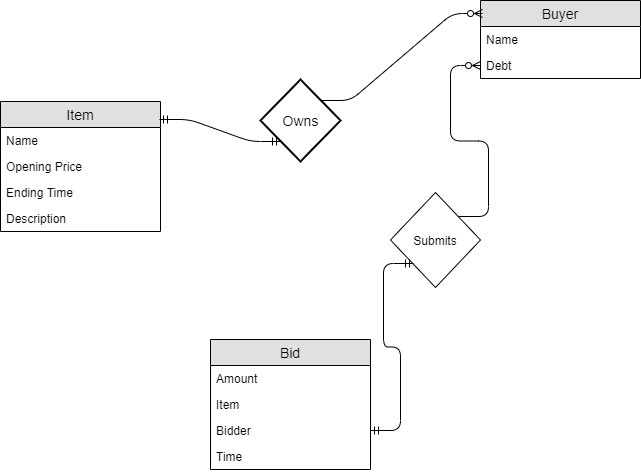
This is assets/img/Auction_DrawIO.png from Privateeye421/csci340blog, a draw.io export, as it was before one commit. Source tidied: cells renumbered, new cells last; positions are measured from the earlier drawing's top-left corner, leaving out a move shared by most shapes. Its diagram source:
```xml
<mxGraphModel>
  <root>
    <mxCell id="0" />
    <mxCell id="1" parent="0" />
    <mxCell id="2" value="Item" style="swimlane;fontStyle=0;horizontal=1;startSize=26;fillColor=#e0e0e0;swimlaneFillColor=#ffffff;align=center;fontSize=14;" parent="1" vertex="1">
      <mxGeometry y="101" width="160" height="130" as="geometry" />
    </mxCell>
    <mxCell id="3" value="Name" style="text;strokeColor=none;fillColor=none;spacingLeft=4;spacingRight=4;overflow=hidden;fontSize=12;" parent="2" vertex="1">
      <mxGeometry y="26" width="160" height="26" as="geometry" />
    </mxCell>
    <mxCell id="4" value="Opening Price" style="text;strokeColor=none;fillColor=none;spacingLeft=4;spacingRight=4;overflow=hidden;fontSize=12;" parent="2" vertex="1">
      <mxGeometry y="52" width="160" height="26" as="geometry" />
    </mxCell>
    <mxCell id="5" value="Ending Time" style="text;strokeColor=none;fillColor=none;spacingLeft=4;spacingRight=4;overflow=hidden;fontSize=12;" parent="2" vertex="1">
      <mxGeometry y="78" width="160" height="26" as="geometry" />
    </mxCell>
    <mxCell id="6" value="Description" style="text;strokeColor=none;fillColor=none;spacingLeft=4;spacingRight=4;overflow=hidden;points=[[0,0.5],[1,0.5]];portConstraint=eastwest;fontSize=12;" parent="2" vertex="1">
      <mxGeometry y="104" width="160" height="26" as="geometry" />
    </mxCell>
    <mxCell id="7" value="Buyer" style="swimlane;fontStyle=0;horizontal=1;startSize=26;fillColor=#e0e0e0;swimlaneFillColor=#ffffff;align=center;fontSize=14;" parent="1" vertex="1">
      <mxGeometry x="480" width="160" height="78" as="geometry" />
    </mxCell>
    <mxCell id="8" value="Name" style="text;strokeColor=none;fillColor=none;spacingLeft=4;spacingRight=4;overflow=hidden;fontSize=12;" parent="7" vertex="1">
      <mxGeometry y="26" width="160" height="26" as="geometry" />
    </mxCell>
    <mxCell id="9" value="Debt" style="text;strokeColor=none;fillColor=none;spacingLeft=4;spacingRight=4;overflow=hidden;points=[[0,0.5],[1,0.5]];portConstraint=eastwest;fontSize=12;" parent="7" vertex="1">
      <mxGeometry y="52" width="160" height="26" as="geometry" />
    </mxCell>
    <mxCell id="10" value="Bid" style="swimlane;fontStyle=0;horizontal=1;startSize=26;fillColor=#e0e0e0;swimlaneFillColor=#ffffff;align=center;fontSize=14;" parent="1" vertex="1">
      <mxGeometry x="210" y="339" width="160" height="130" as="geometry" />
    </mxCell>
    <mxCell id="11" value="Amount" style="text;strokeColor=none;fillColor=none;spacingLeft=4;spacingRight=4;overflow=hidden;points=[[0,0.5],[1,0.5]];portConstraint=eastwest;fontSize=12;" parent="10" vertex="1">
      <mxGeometry y="26" width="160" height="26" as="geometry" />
    </mxCell>
    <mxCell id="12" value="Item" style="text;strokeColor=none;fillColor=none;spacingLeft=4;spacingRight=4;overflow=hidden;fontSize=12;" parent="10" vertex="1">
      <mxGeometry y="52" width="160" height="26" as="geometry" />
    </mxCell>
    <mxCell id="13" value="Bidder" style="text;strokeColor=none;fillColor=none;spacingLeft=4;spacingRight=4;overflow=hidden;points=[[0,0.5],[1,0.5]];portConstraint=eastwest;fontSize=12;" parent="10" vertex="1">
      <mxGeometry y="78" width="160" height="26" as="geometry" />
    </mxCell>
    <mxCell id="14" value="Time" style="text;strokeColor=none;fillColor=none;spacingLeft=4;spacingRight=4;overflow=hidden;fontSize=12;" parent="10" vertex="1">
      <mxGeometry y="104" width="160" height="26" as="geometry" />
    </mxCell>
    <mxCell id="15" value="Submits" style="rhombus;whiteSpace=wrap;html=1;" parent="1" vertex="1">
      <mxGeometry x="390" y="192" width="90" height="95" as="geometry" />
    </mxCell>
    <mxCell id="16" style="edgeStyle=entityRelationEdgeStyle;fontSize=12;html=1;endArrow=ERzeroToMany;endFill=1;exitX=1;exitY=0;exitDx=0;exitDy=0;entryX=0;entryY=0.5;entryDx=0;entryDy=0;" parent="1" edge="1" source="15" target="9">
      <mxGeometry relative="1" as="geometry" />
    </mxCell>
    <mxCell id="17" style="edgeStyle=entityRelationEdgeStyle;fontSize=12;html=1;endArrow=ERmandOne;startArrow=ERmandOne;entryX=0;entryY=1;entryDx=0;entryDy=0;exitX=1;exitY=0.5;exitDx=0;exitDy=0;" parent="1" edge="1" source="13" target="15">
      <mxGeometry relative="1" as="geometry" />
    </mxCell>
    <mxCell id="18" style="edgeStyle=entityRelationEdgeStyle;fontSize=12;html=1;endArrow=ERzeroToMany;endFill=1;entryX=0.013;entryY=0.163;entryDx=0;entryDy=0;entryPerimeter=0;exitX=1;exitY=0;exitDx=0;exitDy=0;" parent="1" edge="1" source="19" target="7">
      <mxGeometry relative="1" as="geometry" />
    </mxCell>
    <mxCell id="19" value="Owns" style="shape=rhombus;strokeWidth=2;fontSize=17;perimeter=rhombusPerimeter;whiteSpace=wrap;html=1;align=center;fontSize=14;" parent="1" vertex="1">
      <mxGeometry x="260" y="79" width="80" height="82" as="geometry" />
    </mxCell>
    <mxCell id="20" style="edgeStyle=orthogonalEdgeStyle;rounded=0;orthogonalLoop=1;jettySize=auto;html=1;exitX=0.5;exitY=1;exitDx=0;exitDy=0;" parent="1" edge="1" source="19" target="19">
      <mxGeometry relative="1" as="geometry" />
    </mxCell>
    <mxCell id="21" style="edgeStyle=entityRelationEdgeStyle;fontSize=12;html=1;endArrow=ERmandOne;startArrow=ERmandOne;entryX=0;entryY=1;entryDx=0;entryDy=0;exitX=0.994;exitY=0.135;exitDx=0;exitDy=0;exitPerimeter=0;" parent="1" edge="1" source="2" target="19">
      <mxGeometry relative="1" as="geometry" />
    </mxCell>
  </root>
</mxGraphModel>
```
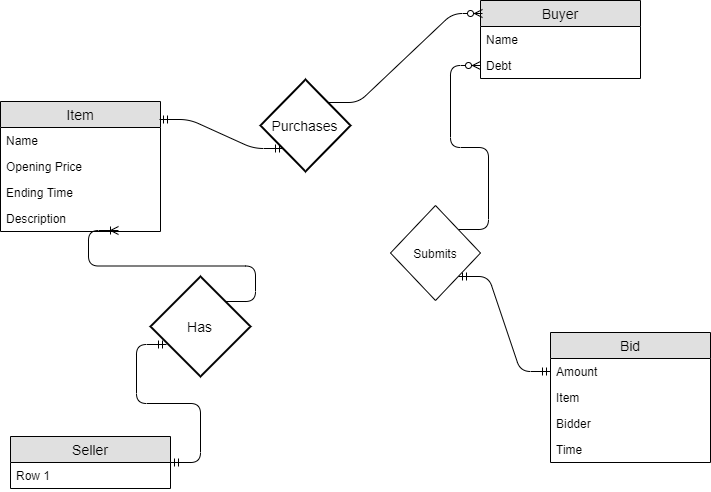
After the commit.

Diff of the diagram source:
```diff
@@ -27,7 +27,7 @@
       <mxGeometry y="52" width="160" height="26" as="geometry" />
     </mxCell>
     <mxCell id="10" value="Bid" style="swimlane;fontStyle=0;horizontal=1;startSize=26;fillColor=#e0e0e0;swimlaneFillColor=#ffffff;align=center;fontSize=14;" parent="1" vertex="1">
-      <mxGeometry x="210" y="339" width="160" height="130" as="geometry" />
+      <mxGeometry x="550" y="332" width="160" height="130" as="geometry" />
     </mxCell>
     <mxCell id="11" value="Amount" style="text;strokeColor=none;fillColor=none;spacingLeft=4;spacingRight=4;overflow=hidden;points=[[0,0.5],[1,0.5]];portConstraint=eastwest;fontSize=12;" parent="10" vertex="1">
       <mxGeometry y="26" width="160" height="26" as="geometry" />
@@ -42,19 +42,16 @@
       <mxGeometry y="104" width="160" height="26" as="geometry" />
     </mxCell>
     <mxCell id="15" value="Submits" style="rhombus;whiteSpace=wrap;html=1;" parent="1" vertex="1">
-      <mxGeometry x="390" y="192" width="90" height="95" as="geometry" />
+      <mxGeometry x="390" y="205" width="90" height="95" as="geometry" />
     </mxCell>
     <mxCell id="16" style="edgeStyle=entityRelationEdgeStyle;fontSize=12;html=1;endArrow=ERzeroToMany;endFill=1;exitX=1;exitY=0;exitDx=0;exitDy=0;entryX=0;entryY=0.5;entryDx=0;entryDy=0;" parent="1" edge="1" source="15" target="9">
       <mxGeometry relative="1" as="geometry" />
     </mxCell>
-    <mxCell id="17" style="edgeStyle=entityRelationEdgeStyle;fontSize=12;html=1;endArrow=ERmandOne;startArrow=ERmandOne;entryX=0;entryY=1;entryDx=0;entryDy=0;exitX=1;exitY=0.5;exitDx=0;exitDy=0;" parent="1" edge="1" source="13" target="15">
-      <mxGeometry relative="1" as="geometry" />
-    </mxCell>
     <mxCell id="18" style="edgeStyle=entityRelationEdgeStyle;fontSize=12;html=1;endArrow=ERzeroToMany;endFill=1;entryX=0.013;entryY=0.163;entryDx=0;entryDy=0;entryPerimeter=0;exitX=1;exitY=0;exitDx=0;exitDy=0;" parent="1" edge="1" source="19" target="7">
       <mxGeometry relative="1" as="geometry" />
     </mxCell>
-    <mxCell id="19" value="Owns" style="shape=rhombus;strokeWidth=2;fontSize=17;perimeter=rhombusPerimeter;whiteSpace=wrap;html=1;align=center;fontSize=14;" parent="1" vertex="1">
-      <mxGeometry x="260" y="79" width="80" height="82" as="geometry" />
+    <mxCell id="19" value="Purchases" style="shape=rhombus;strokeWidth=2;fontSize=17;perimeter=rhombusPerimeter;whiteSpace=wrap;html=1;align=center;fontSize=14;" parent="1" vertex="1">
+      <mxGeometry x="260" y="79" width="90" height="92" as="geometry" />
     </mxCell>
     <mxCell id="20" style="edgeStyle=orthogonalEdgeStyle;rounded=0;orthogonalLoop=1;jettySize=auto;html=1;exitX=0.5;exitY=1;exitDx=0;exitDy=0;" parent="1" edge="1" source="19" target="19">
       <mxGeometry relative="1" as="geometry" />
@@ -62,5 +59,23 @@
     <mxCell id="21" style="edgeStyle=entityRelationEdgeStyle;fontSize=12;html=1;endArrow=ERmandOne;startArrow=ERmandOne;entryX=0;entryY=1;entryDx=0;entryDy=0;exitX=0.994;exitY=0.135;exitDx=0;exitDy=0;exitPerimeter=0;" parent="1" edge="1" source="2" target="19">
       <mxGeometry relative="1" as="geometry" />
     </mxCell>
+    <mxCell id="22" style="edgeStyle=entityRelationEdgeStyle;fontSize=12;html=1;endArrow=ERmandOne;startArrow=ERmandOne;exitX=1;exitY=1;exitDx=0;exitDy=0;entryX=0;entryY=0.5;entryDx=0;entryDy=0;" parent="1" edge="1" source="15" target="11">
+      <mxGeometry relative="1" as="geometry" />
+    </mxCell>
+    <mxCell id="23" value="Seller" style="swimlane;fontStyle=0;horizontal=1;startSize=26;fillColor=#e0e0e0;swimlaneFillColor=#ffffff;align=center;fontSize=14;" parent="1" vertex="1">
+      <mxGeometry x="10" y="436" width="160" height="52" as="geometry" />
+    </mxCell>
+    <mxCell id="24" value="Row 1" style="text;strokeColor=none;fillColor=none;spacingLeft=4;spacingRight=4;overflow=hidden;fontSize=12;" parent="23" vertex="1">
+      <mxGeometry y="26" width="160" height="26" as="geometry" />
+    </mxCell>
+    <mxCell id="25" value="Has" style="shape=rhombus;strokeWidth=2;fontSize=17;perimeter=rhombusPerimeter;whiteSpace=wrap;html=1;align=center;fontSize=14;" parent="1" vertex="1">
+      <mxGeometry x="150" y="276" width="100" height="100" as="geometry" />
+    </mxCell>
+    <mxCell id="26" style="edgeStyle=entityRelationEdgeStyle;fontSize=12;html=1;endArrow=ERmandOne;startArrow=ERmandOne;entryX=0.16;entryY=0.68;entryDx=0;entryDy=0;entryPerimeter=0;" parent="1" edge="1" source="23" target="25">
+      <mxGeometry relative="1" as="geometry" />
+    </mxCell>
+    <mxCell id="27" style="edgeStyle=entityRelationEdgeStyle;fontSize=12;html=1;endArrow=ERoneToMany;entryX=0.738;entryY=0.962;entryDx=0;entryDy=0;entryPerimeter=0;exitX=1;exitY=0;exitDx=0;exitDy=0;" parent="1" edge="1" source="25" target="6">
+      <mxGeometry relative="1" as="geometry" />
+    </mxCell>
   </root>
 </mxGraphModel>
```
